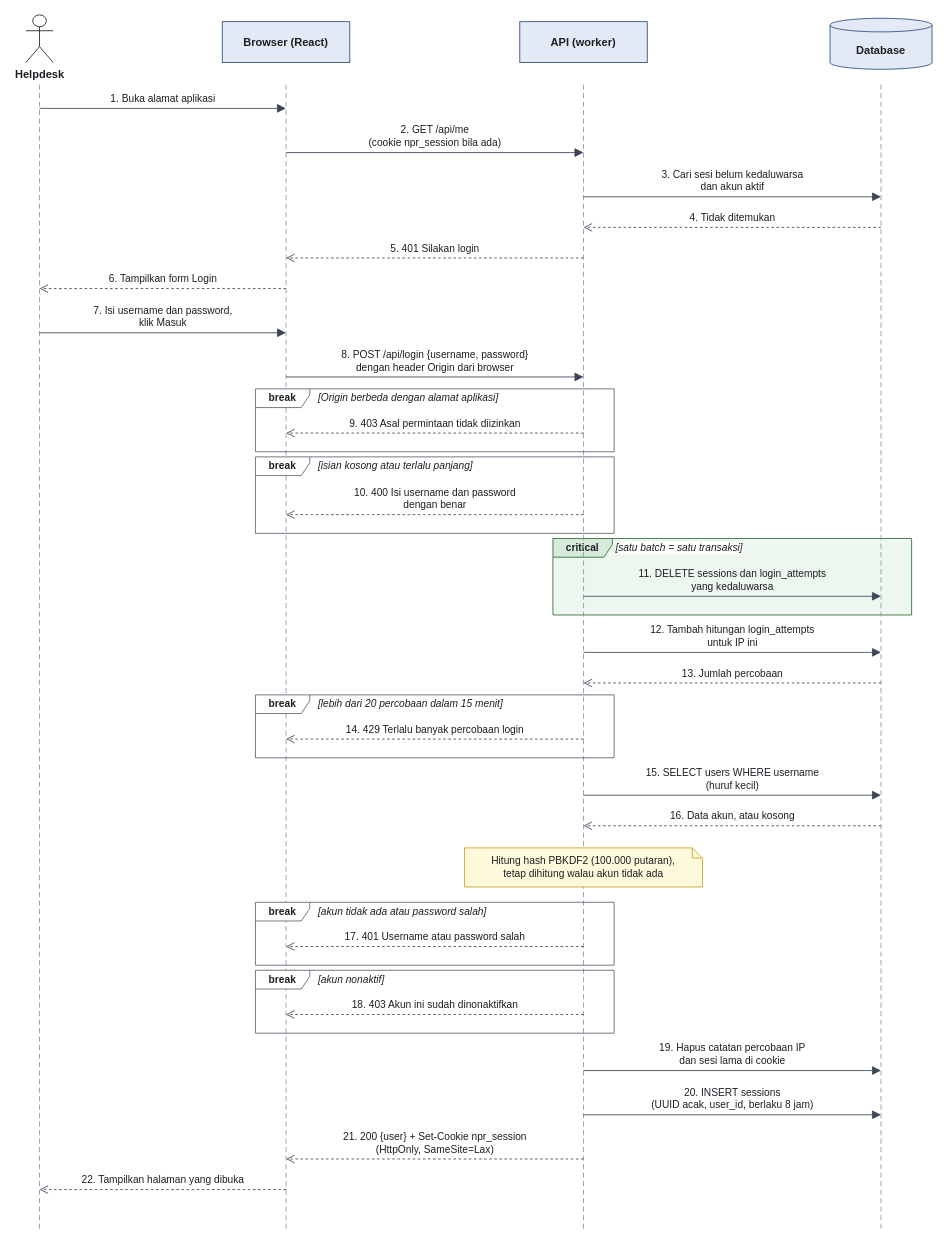
This is review/gambar/diagram/04a-sequence-login.drawio from felicidad126/tyio, a draw.io file, before an edit. Source tidied: cells renumbered, new cells numbered last; positions are measured from the earlier drawing's top-left corner, leaving out a move shared by most shapes. Both pictures are drawn from the tidied source at 85%, with x=0, y=0 at pixel (26, 14).
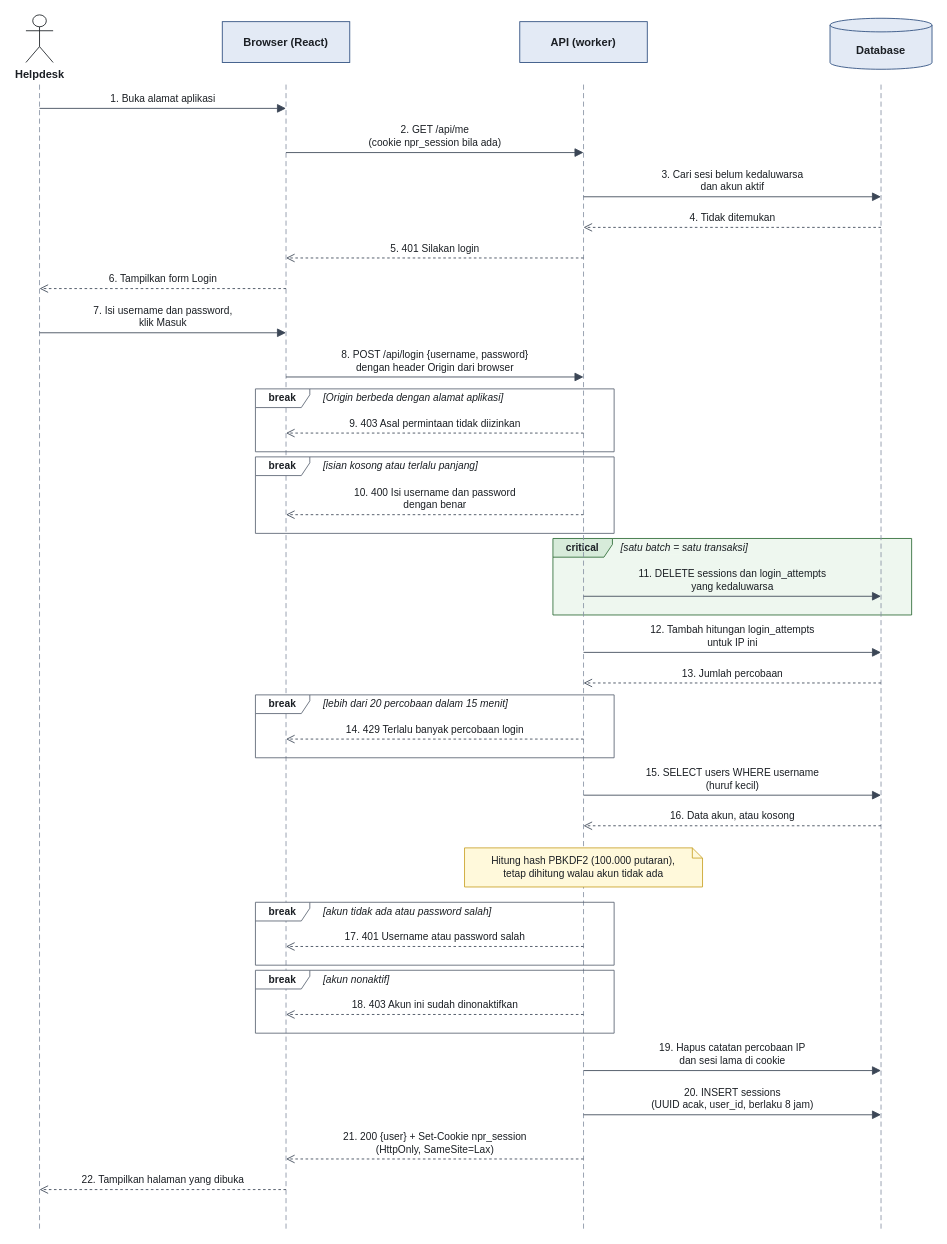
The same diagram, later.

Change to the diagram source:
```diff
@@
     <mxCell id="8" value="[Origin berbeda dengan alamat aplikasi]" style="fontFamily=Arial;fontColor=#1B1F24;text;html=1;fontSize=12;fontStyle=2;align=left;verticalAlign=middle;labelBackgroundColor=#FFFFFF;" parent="1" vertex="1">
-      <mxGeometry x="342" y="441" width="342" height="20" as="geometry" />
+      <mxGeometry x="348" y="441" width="336" height="20" as="geometry" />
     </mxCell>
@@
     <mxCell id="10" value="[isian kosong atau terlalu panjang]" style="fontFamily=Arial;fontColor=#1B1F24;text;html=1;fontSize=12;fontStyle=2;align=left;verticalAlign=middle;labelBackgroundColor=#FFFFFF;" parent="1" vertex="1">
-      <mxGeometry x="342" y="521" width="342" height="20" as="geometry" />
+      <mxGeometry x="348" y="521" width="336" height="20" as="geometry" />
     </mxCell>
-    <mxCell id="11" value="[satu batch = satu transaksi]" style="fontFamily=Arial;fontColor=#1B1F24;text;html=1;fontSize=12;fontStyle=2;align=left;verticalAlign=middle;labelBackgroundColor=#FFFFFF;" parent="1" vertex="1">
-      <mxGeometry x="692" y="617" width="342" height="20" as="geometry" />
+    <mxCell id="11" value="[satu batch = satu transaksi]" style="fontFamily=Arial;fontColor=#1B1F24;text;html=1;fontSize=12;fontStyle=2;align=left;verticalAlign=middle;labelBackgroundColor=#EEF7EF;" parent="1" vertex="1">
+      <mxGeometry x="698" y="617" width="336" height="20" as="geometry" />
     </mxCell>
@@
     <mxCell id="13" value="[lebih dari 20 percobaan dalam 15 menit]" style="fontFamily=Arial;fontColor=#1B1F24;text;html=1;fontSize=12;fontStyle=2;align=left;verticalAlign=middle;labelBackgroundColor=#FFFFFF;" parent="1" vertex="1">
-      <mxGeometry x="342" y="801" width="342" height="20" as="geometry" />
+      <mxGeometry x="348" y="801" width="336" height="20" as="geometry" />
     </mxCell>
@@
     <mxCell id="15" value="[akun tidak ada atau password salah]" style="fontFamily=Arial;fontColor=#1B1F24;text;html=1;fontSize=12;fontStyle=2;align=left;verticalAlign=middle;labelBackgroundColor=#FFFFFF;" parent="1" vertex="1">
-      <mxGeometry x="342" y="1045" width="342" height="20" as="geometry" />
+      <mxGeometry x="348" y="1045" width="336" height="20" as="geometry" />
     </mxCell>
@@
     <mxCell id="17" value="[akun nonaktif]" style="fontFamily=Arial;fontColor=#1B1F24;text;html=1;fontSize=12;fontStyle=2;align=left;verticalAlign=middle;labelBackgroundColor=#FFFFFF;" parent="1" vertex="1">
-      <mxGeometry x="342" y="1125" width="342" height="20" as="geometry" />
+      <mxGeometry x="348" y="1125" width="336" height="20" as="geometry" />
     </mxCell>
```
